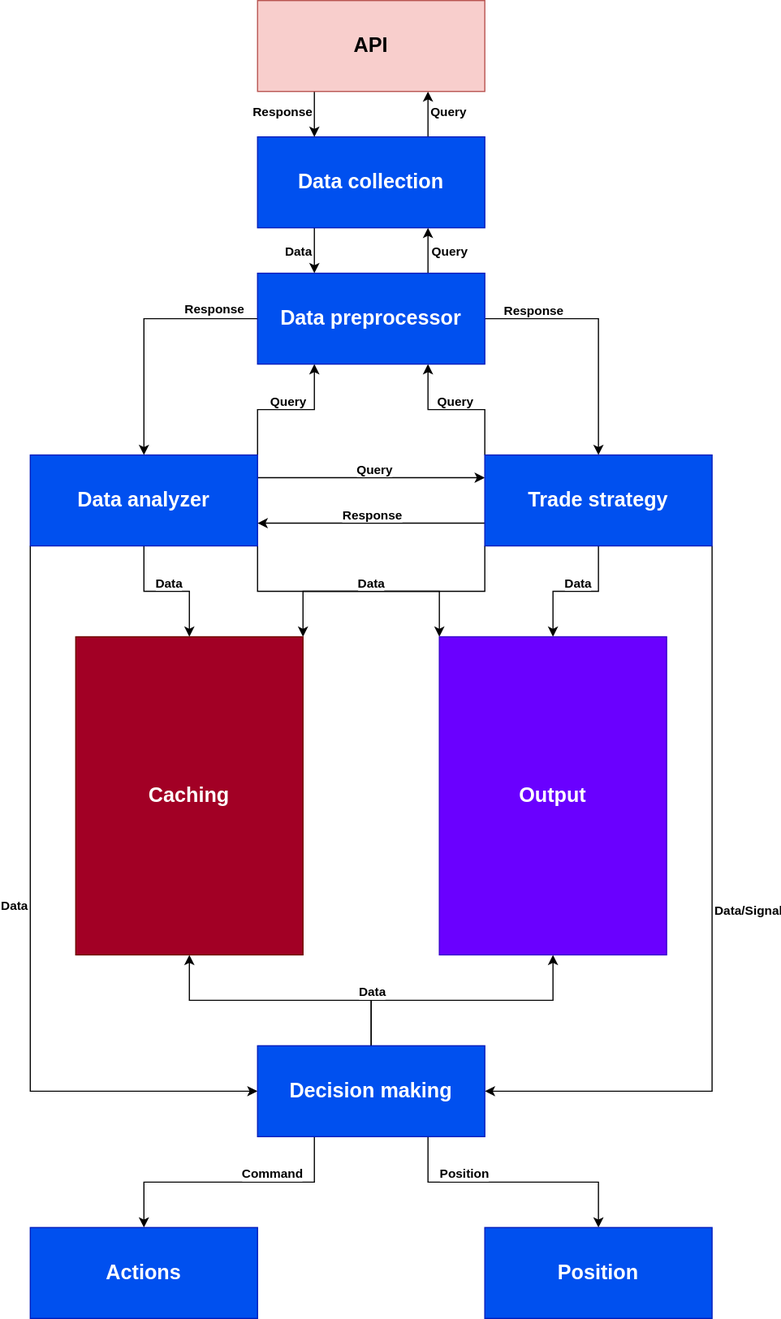
This is scheme.svg from muvid-sudo/Kraken_bot, a draw.io export, as it was before one commit. Source tidied: cells renumbered, new cells last; positions are measured from the earlier drawing's top-left corner, leaving out a move shared by most shapes.
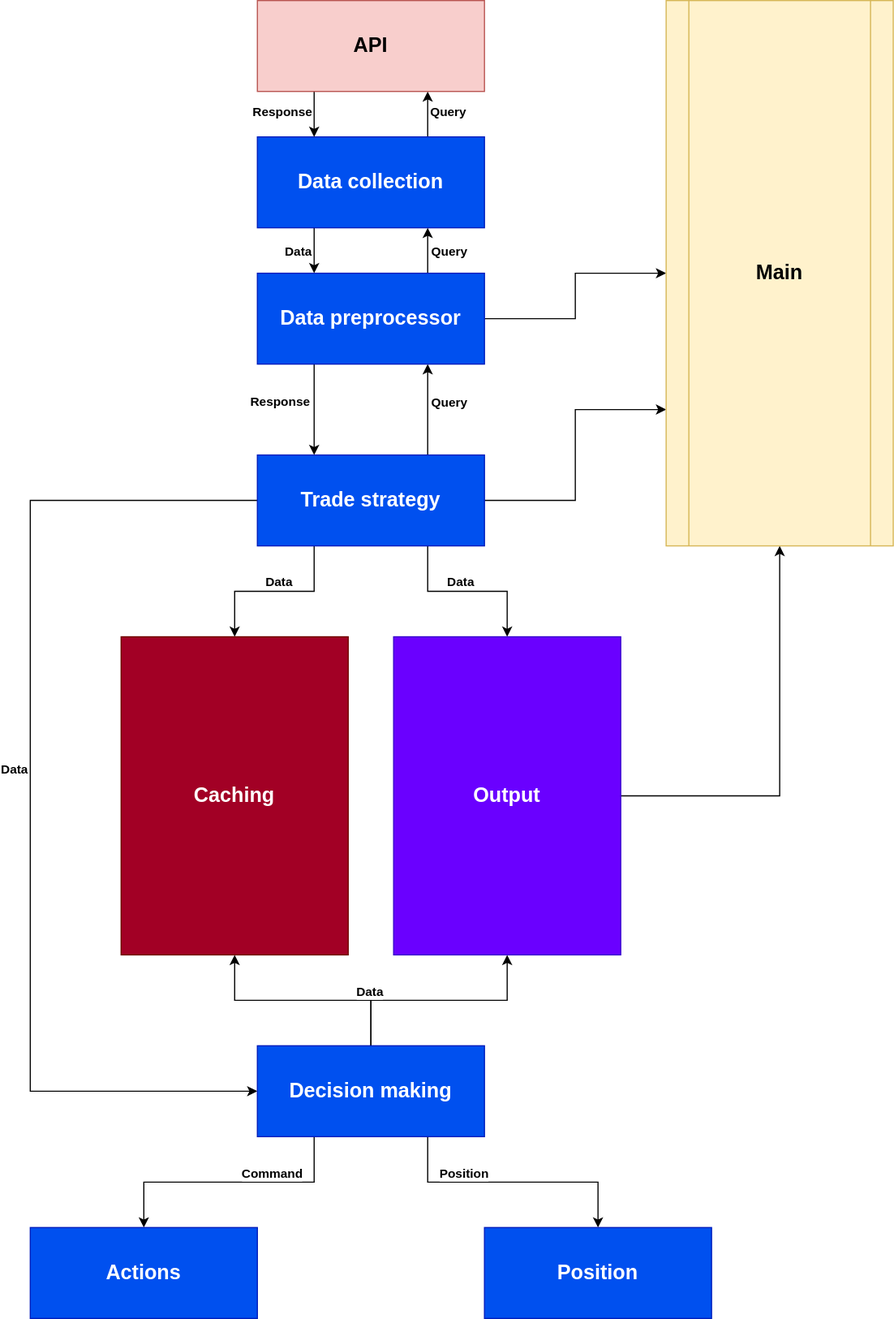
The same diagram one commit later.

Commit message:
Redid a scheme of the project

Change to the diagram source:
```diff
@@ -58,17 +58,10 @@
     <mxCell id="11" value="&lt;font style=&quot;font-size: 18px&quot;&gt;&lt;b&gt;Data collection&lt;/b&gt;&lt;/font&gt;" style="rounded=0;whiteSpace=wrap;html=1;fillColor=#0050ef;strokeColor=#001DBC;fontColor=#ffffff;" parent="1" vertex="1">
       <mxGeometry x="200" y="360" width="200" height="80" as="geometry" />
     </mxCell>
-    <mxCell id="12" style="edgeStyle=orthogonalEdgeStyle;rounded=0;jettySize=auto;html=1;exitX=1;exitY=0;exitDx=0;exitDy=0;entryX=0.25;entryY=1;entryDx=0;entryDy=0;" parent="1" edge="1" source="21" target="39">
-      <mxGeometry relative="1" as="geometry" />
-    </mxCell>
-    <mxCell id="13" value="&lt;b&gt;Query&lt;/b&gt;" style="edgeLabel;html=1;align=center;verticalAlign=middle;" parent="12" vertex="1">
-      <mxGeometry x="-0.15" relative="1" as="geometry">
-        <mxPoint x="11" y="-8" as="offset" />
-      </mxGeometry>
-    </mxCell>
-    <mxCell id="14" style="edgeStyle=orthogonalEdgeStyle;rounded=0;jettySize=auto;html=1;exitX=0;exitY=1;exitDx=0;exitDy=0;entryX=0;entryY=0.5;entryDx=0;entryDy=0;entryPerimeter=0;" parent="1" edge="1" source="21" target="47">
+    <mxCell id="14" style="edgeStyle=orthogonalEdgeStyle;rounded=0;jettySize=auto;html=1;exitX=0;exitY=0.5;exitDx=0;exitDy=0;entryX=0;entryY=0.5;entryDx=0;entryDy=0;entryPerimeter=0;" parent="1" edge="1" source="32" target="47">
       <mxGeometry relative="1" as="geometry">
         <Array as="points">
+          <mxPoint y="680" />
           <mxPoint y="1200" />
         </Array>
       </mxGeometry>
@@ -78,91 +71,36 @@
         <mxPoint x="-14" y="-21" as="offset" />
       </mxGeometry>
     </mxCell>
-    <mxCell id="16" style="edgeStyle=orthogonalEdgeStyle;rounded=0;jettySize=auto;html=1;exitX=1;exitY=0.25;exitDx=0;exitDy=0;entryX=0;entryY=0.25;entryDx=0;entryDy=0;" parent="1" edge="1" source="21" target="32">
-      <mxGeometry relative="1" as="geometry" />
-    </mxCell>
-    <mxCell id="17" value="&lt;b&gt;Query&lt;/b&gt;" style="edgeLabel;html=1;align=center;verticalAlign=middle;" parent="16" vertex="1">
-      <mxGeometry x="0.02" relative="1" as="geometry">
-        <mxPoint y="-8" as="offset" />
-      </mxGeometry>
-    </mxCell>
-    <mxCell id="18" style="edgeStyle=orthogonalEdgeStyle;rounded=0;jettySize=auto;html=1;exitX=0.5;exitY=1;exitDx=0;exitDy=0;entryX=0.5;entryY=0;entryDx=0;entryDy=0;" parent="1" edge="1" source="21" target="49">
-      <mxGeometry relative="1" as="geometry" />
-    </mxCell>
-    <mxCell id="19" value="&lt;b&gt;Data&lt;/b&gt;" style="edgeLabel;html=1;align=center;verticalAlign=middle;" parent="18" vertex="1">
-      <mxGeometry x="-0.04" y="3" relative="1" as="geometry">
-        <mxPoint x="3" y="-5" as="offset" />
-      </mxGeometry>
-    </mxCell>
-    <mxCell id="20" style="edgeStyle=orthogonalEdgeStyle;rounded=0;jettySize=auto;html=1;exitX=1;exitY=1;exitDx=0;exitDy=0;entryX=0;entryY=0;entryDx=0;entryDy=0;" parent="1" edge="1" source="21" target="54">
-      <mxGeometry relative="1" as="geometry" />
-    </mxCell>
-    <mxCell id="21" value="&lt;font style=&quot;font-size: 18px&quot;&gt;&lt;b&gt;Data analyzer&lt;/b&gt;&lt;/font&gt;" style="rounded=0;whiteSpace=wrap;html=1;fillColor=#0050ef;strokeColor=#001DBC;fontColor=#ffffff;" parent="1" vertex="1">
-      <mxGeometry y="640" width="200" height="80" as="geometry" />
-    </mxCell>
-    <mxCell id="22" style="edgeStyle=orthogonalEdgeStyle;rounded=0;jettySize=auto;html=1;exitX=0;exitY=0;exitDx=0;exitDy=0;entryX=0.75;entryY=1;entryDx=0;entryDy=0;" parent="1" edge="1" source="32" target="39">
+    <mxCell id="22" style="edgeStyle=orthogonalEdgeStyle;rounded=0;jettySize=auto;html=1;exitX=0.75;exitY=0;exitDx=0;exitDy=0;entryX=0.75;entryY=1;entryDx=0;entryDy=0;" parent="1" edge="1" source="32" target="39">
       <mxGeometry relative="1" as="geometry" />
     </mxCell>
     <mxCell id="23" value="&lt;b&gt;Query&lt;/b&gt;" style="edgeLabel;html=1;align=center;verticalAlign=middle;" parent="22" vertex="1">
       <mxGeometry x="0.02" y="-2" relative="1" as="geometry">
-        <mxPoint y="-6" as="offset" />
+        <mxPoint x="16" y="-6" as="offset" />
       </mxGeometry>
     </mxCell>
-    <mxCell id="24" style="edgeStyle=orthogonalEdgeStyle;rounded=0;jettySize=auto;html=1;exitX=1;exitY=1;exitDx=0;exitDy=0;entryX=1;entryY=0.5;entryDx=0;entryDy=0;" parent="1" edge="1" source="32" target="47">
-      <mxGeometry relative="1" as="geometry">
-        <Array as="points">
-          <mxPoint x="600" y="1200" />
-        </Array>
-      </mxGeometry>
-    </mxCell>
-    <mxCell id="25" value="&lt;b&gt;Data/Signal&lt;/b&gt;" style="edgeLabel;html=1;align=center;verticalAlign=middle;" parent="24" vertex="1">
-      <mxGeometry x="0.05" relative="1" as="geometry">
-        <mxPoint x="31" y="-38" as="offset" />
-      </mxGeometry>
-    </mxCell>
-    <mxCell id="26" style="edgeStyle=orthogonalEdgeStyle;rounded=0;jettySize=auto;html=1;exitX=0;exitY=0.75;exitDx=0;exitDy=0;entryX=1;entryY=0.75;entryDx=0;entryDy=0;" parent="1" edge="1" source="32" target="21">
-      <mxGeometry relative="1" as="geometry" />
-    </mxCell>
-    <mxCell id="27" value="&lt;b&gt;Response&lt;/b&gt;" style="edgeLabel;html=1;align=center;verticalAlign=middle;" parent="26" vertex="1">
-      <mxGeometry relative="1" as="geometry">
-        <mxPoint y="-8" as="offset" />
-      </mxGeometry>
-    </mxCell>
+    <mxCell id="30" style="edgeStyle=orthogonalEdgeStyle;rounded=0;jettySize=auto;html=1;exitX=0.25;exitY=1;exitDx=0;exitDy=0;entryX=0.5;entryY=0;entryDx=0;entryDy=0;" parent="1" edge="1" source="32" target="49">
+      <mxGeometry relative="1" as="geometry" />
+    </mxCell>
+    <mxCell id="55" value="&lt;b&gt;Data&lt;/b&gt;" style="edgeLabel;html=1;align=center;verticalAlign=middle;" parent="30" vertex="1">
+      <mxGeometry x="0.01" y="-1" relative="1" as="geometry">
+        <mxPoint x="4" y="-8" as="offset" />
+      </mxGeometry>
+    </mxCell>
-    <mxCell id="28" style="edgeStyle=orthogonalEdgeStyle;rounded=0;jettySize=auto;html=1;exitX=0.5;exitY=1;exitDx=0;exitDy=0;entryX=0.5;entryY=0;entryDx=0;entryDy=0;" parent="1" edge="1" source="32" target="54">
+    <mxCell id="28" style="edgeStyle=orthogonalEdgeStyle;rounded=0;jettySize=auto;html=1;exitX=0.75;exitY=1;exitDx=0;exitDy=0;entryX=0.5;entryY=0;entryDx=0;entryDy=0;" parent="1" edge="1" source="32" target="54">
       <mxGeometry relative="1" as="geometry" />
     </mxCell>
-    <mxCell id="29" value="&lt;b&gt;Data&lt;/b&gt;" style="edgeLabel;html=1;align=center;verticalAlign=middle;" parent="28" vertex="1">
-      <mxGeometry x="0.05" y="1" relative="1" as="geometry">
-        <mxPoint x="4" y="-9" as="offset" />
-      </mxGeometry>
-    </mxCell>
-    <mxCell id="30" style="edgeStyle=orthogonalEdgeStyle;rounded=0;jettySize=auto;html=1;exitX=0;exitY=1;exitDx=0;exitDy=0;entryX=1;entryY=0;entryDx=0;entryDy=0;" parent="1" edge="1" source="32" target="49">
-      <mxGeometry relative="1" as="geometry" />
-    </mxCell>
-    <mxCell id="31" value="&lt;b&gt;Data&lt;/b&gt;" style="edgeLabel;html=1;align=center;verticalAlign=middle;" parent="30" vertex="1">
-      <mxGeometry x="0.18" y="-1" relative="1" as="geometry">
-        <mxPoint x="1" y="-7" as="offset" />
-      </mxGeometry>
-    </mxCell>
+    <mxCell id="56" value="&lt;b&gt;Data&lt;/b&gt;" style="edgeLabel;html=1;align=center;verticalAlign=middle;" parent="28" vertex="1">
+      <mxGeometry x="0.01" y="-1" relative="1" as="geometry">
+        <mxPoint x="-8" y="-10" as="offset" />
+      </mxGeometry>
+    </mxCell>
+    <mxCell id="57" style="edgeStyle=orthogonalEdgeStyle;rounded=0;jettySize=auto;html=1;exitX=1;exitY=0.5;exitDx=0;exitDy=0;entryX=0;entryY=0.75;entryDx=0;entryDy=0;" parent="1" edge="1" source="32" target="61">
+      <mxGeometry relative="1" as="geometry" />
+    </mxCell>
     <mxCell id="32" value="&lt;span style=&quot;font-size: 18px&quot;&gt;&lt;b&gt;Trade strategy&lt;/b&gt;&lt;/span&gt;" style="rounded=0;whiteSpace=wrap;html=1;fillColor=#0050ef;strokeColor=#001DBC;fontColor=#ffffff;" parent="1" vertex="1">
-      <mxGeometry x="400" y="640" width="200" height="80" as="geometry" />
+      <mxGeometry x="200" y="640" width="200" height="80" as="geometry" />
     </mxCell>
-    <mxCell id="33" style="edgeStyle=orthogonalEdgeStyle;rounded=0;jettySize=auto;html=1;exitX=0;exitY=0.5;exitDx=0;exitDy=0;entryX=0.5;entryY=0;entryDx=0;entryDy=0;" parent="1" edge="1" source="39" target="21">
-      <mxGeometry relative="1" as="geometry" />
-    </mxCell>
-    <mxCell id="34" value="&lt;b&gt;Response&lt;/b&gt;" style="edgeLabel;html=1;align=center;verticalAlign=middle;" parent="33" vertex="1">
-      <mxGeometry x="-0.44" relative="1" as="geometry">
-        <mxPoint x="23" y="-9" as="offset" />
-      </mxGeometry>
-    </mxCell>
-    <mxCell id="35" style="edgeStyle=orthogonalEdgeStyle;rounded=0;jettySize=auto;html=1;exitX=1;exitY=0.5;exitDx=0;exitDy=0;entryX=0.5;entryY=0;entryDx=0;entryDy=0;" parent="1" edge="1" source="39" target="32">
-      <mxGeometry relative="1" as="geometry" />
-    </mxCell>
-    <mxCell id="36" value="&lt;b&gt;Response&lt;/b&gt;" style="edgeLabel;html=1;align=center;verticalAlign=middle;" parent="35" vertex="1">
-      <mxGeometry x="-0.69" y="-2" relative="1" as="geometry">
-        <mxPoint x="8" y="-10" as="offset" />
-      </mxGeometry>
-    </mxCell>
     <mxCell id="37" style="edgeStyle=orthogonalEdgeStyle;rounded=0;jettySize=auto;html=1;exitX=0.75;exitY=0;exitDx=0;exitDy=0;entryX=0.75;entryY=1;entryDx=0;entryDy=0;" parent="1" edge="1" source="39" target="11">
       <mxGeometry relative="1" as="geometry" />
     </mxCell>
@@ -171,6 +109,17 @@
         <mxPoint x="20" as="offset" />
       </mxGeometry>
     </mxCell>
+    <mxCell id="35" style="edgeStyle=orthogonalEdgeStyle;rounded=0;jettySize=auto;html=1;exitX=0.25;exitY=1;exitDx=0;exitDy=0;entryX=0.25;entryY=0;entryDx=0;entryDy=0;" parent="1" edge="1" source="39" target="32">
+      <mxGeometry relative="1" as="geometry" />
+    </mxCell>
+    <mxCell id="58" value="&lt;b&gt;Response&lt;/b&gt;" style="edgeLabel;html=1;align=center;verticalAlign=middle;" parent="35" vertex="1">
+      <mxGeometry x="-0.42" y="-2" relative="1" as="geometry">
+        <mxPoint x="-29" y="9" as="offset" />
+      </mxGeometry>
+    </mxCell>
+    <mxCell id="59" style="edgeStyle=orthogonalEdgeStyle;rounded=0;jettySize=auto;html=1;exitX=1;exitY=0.5;exitDx=0;exitDy=0;entryX=0;entryY=0.5;entryDx=0;entryDy=0;" parent="1" edge="1" source="39" target="61">
+      <mxGeometry relative="1" as="geometry" />
+    </mxCell>
     <mxCell id="39" value="&lt;span style=&quot;font-size: 18px&quot;&gt;&lt;b&gt;Data preprocessor&lt;br&gt;&lt;/b&gt;&lt;/span&gt;" style="rounded=0;whiteSpace=wrap;html=1;fillColor=#0050ef;strokeColor=#001DBC;fontColor=#ffffff;" parent="1" vertex="1">
       <mxGeometry x="200" y="480" width="200" height="80" as="geometry" />
     </mxCell>
@@ -198,7 +147,7 @@
     </mxCell>
     <mxCell id="46" value="&lt;b&gt;Data&lt;/b&gt;" style="edgeLabel;html=1;align=center;verticalAlign=middle;" parent="45" vertex="1">
       <mxGeometry x="-0.56" y="-1" relative="1" as="geometry">
-        <mxPoint x="-13" y="-9" as="offset" />
+        <mxPoint x="-6" y="-9" as="offset" />
       </mxGeometry>
     </mxCell>
     <mxCell id="47" value="&lt;b&gt;&lt;font style=&quot;font-size: 18px&quot;&gt;Decision making&lt;/font&gt;&lt;/b&gt;" style="rounded=0;whiteSpace=wrap;html=1;fillColor=#0050ef;strokeColor=#001DBC;fontColor=#ffffff;" parent="1" vertex="1">
@@ -208,7 +157,7 @@
       <mxGeometry y="1320" width="200" height="80" as="geometry" />
     </mxCell>
     <mxCell id="49" value="&lt;b&gt;&lt;font style=&quot;font-size: 18px&quot;&gt;Caching&lt;/font&gt;&lt;/b&gt;" style="rounded=0;whiteSpace=wrap;html=1;fillColor=#a20025;strokeColor=#6F0000;fontColor=#ffffff;" parent="1" vertex="1">
-      <mxGeometry x="40" y="800" width="200" height="280" as="geometry" />
+      <mxGeometry x="80" y="800" width="200" height="280" as="geometry" />
     </mxCell>
     <mxCell id="50" style="edgeStyle=none;rounded=0;jettySize=auto;html=1;exitX=0.25;exitY=1;exitDx=0;exitDy=0;entryX=0.25;entryY=0;entryDx=0;entryDy=0;" parent="1" edge="1" source="52" target="11">
       <mxGeometry relative="1" as="geometry" />
@@ -224,8 +173,14 @@
     <mxCell id="53" value="&lt;b&gt;&lt;font style=&quot;font-size: 18px&quot;&gt;Position&lt;/font&gt;&lt;/b&gt;" style="rounded=0;whiteSpace=wrap;html=1;fillColor=#0050ef;strokeColor=#001DBC;fontColor=#ffffff;" parent="1" vertex="1">
       <mxGeometry x="400" y="1320" width="200" height="80" as="geometry" />
     </mxCell>
+    <mxCell id="60" style="edgeStyle=orthogonalEdgeStyle;rounded=0;jettySize=auto;html=1;exitX=1;exitY=0.5;exitDx=0;exitDy=0;entryX=0.5;entryY=1;entryDx=0;entryDy=0;" parent="1" edge="1" source="54" target="61">
+      <mxGeometry relative="1" as="geometry" />
+    </mxCell>
     <mxCell id="54" value="&lt;b&gt;&lt;font style=&quot;font-size: 18px&quot;&gt;Output&lt;/font&gt;&lt;/b&gt;" style="rounded=0;whiteSpace=wrap;html=1;fillColor=#6a00ff;strokeColor=#3700CC;fontColor=#ffffff;" parent="1" vertex="1">
-      <mxGeometry x="360" y="800" width="200" height="280" as="geometry" />
+      <mxGeometry x="320" y="800" width="200" height="280" as="geometry" />
     </mxCell>
+    <mxCell id="61" value="&lt;b&gt;&lt;font style=&quot;font-size: 18px&quot;&gt;Main&lt;/font&gt;&lt;/b&gt;" style="shape=process;whiteSpace=wrap;html=1;backgroundOutline=1;fillColor=#fff2cc;strokeColor=#d6b656;" parent="1" vertex="1">
+      <mxGeometry x="560" y="240" width="200" height="480" as="geometry" />
+    </mxCell>
   </root>
 </mxGraphModel>
```
